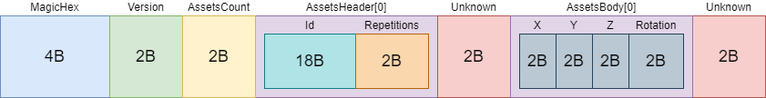
The draw.io diagram docs/images/version2size.png in johnfercher/taleslab, before a commit. Source tidied: cells renumbered, new cells last; positions are measured from the earlier drawing's top-left corner, leaving out a move shared by most shapes.
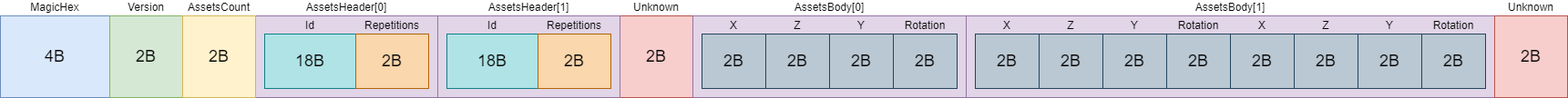
Later version of the same file.

Diff of the diagram source:
```diff
@@ -3,76 +3,142 @@
     <mxCell id="0" />
     <mxCell id="1" parent="0" />
     <mxCell id="2" value="MagicHex" style="rounded=0;whiteSpace=wrap;html=1;labelPosition=center;verticalLabelPosition=top;align=center;verticalAlign=bottom;fillColor=#dae8fc;strokeColor=#6c8ebf;" parent="1" vertex="1">
-      <mxGeometry width="120" height="90" as="geometry" />
+      <mxGeometry x="-240" y="30" width="120" height="90" as="geometry" />
     </mxCell>
     <mxCell id="3" value="Version" style="rounded=0;whiteSpace=wrap;html=1;labelPosition=center;verticalLabelPosition=top;align=center;verticalAlign=bottom;fillColor=#d5e8d4;strokeColor=#82b366;" parent="1" vertex="1">
-      <mxGeometry x="120" width="80" height="90" as="geometry" />
+      <mxGeometry x="-120" y="30" width="80" height="90" as="geometry" />
     </mxCell>
     <mxCell id="4" value="AssetsHeader[0]" style="rounded=0;whiteSpace=wrap;html=1;labelPosition=center;verticalLabelPosition=top;align=center;verticalAlign=bottom;fillColor=#e1d5e7;strokeColor=#9673a6;" parent="1" vertex="1">
-      <mxGeometry x="280" width="200" height="90" as="geometry" />
+      <mxGeometry x="40" y="30" width="200" height="90" as="geometry" />
     </mxCell>
     <mxCell id="5" value="AssetsCount" style="rounded=0;whiteSpace=wrap;html=1;labelPosition=center;verticalLabelPosition=top;align=center;verticalAlign=bottom;fillColor=#fff2cc;strokeColor=#d6b656;" parent="1" vertex="1">
-      <mxGeometry x="200" width="80" height="90" as="geometry" />
+      <mxGeometry x="-40" y="30" width="80" height="90" as="geometry" />
     </mxCell>
     <mxCell id="6" value="Id" style="rounded=0;whiteSpace=wrap;html=1;labelPosition=center;verticalLabelPosition=top;align=center;verticalAlign=bottom;fillColor=#b0e3e6;strokeColor=#0e8088;" parent="1" vertex="1">
-      <mxGeometry x="290" y="20" width="100" height="60" as="geometry" />
+      <mxGeometry x="50" y="50" width="100" height="60" as="geometry" />
     </mxCell>
     <mxCell id="7" value="Repetitions" style="rounded=0;whiteSpace=wrap;html=1;labelPosition=center;verticalLabelPosition=top;align=center;verticalAlign=bottom;fillColor=#fad7ac;strokeColor=#b46504;" parent="1" vertex="1">
-      <mxGeometry x="390" y="20" width="80" height="60" as="geometry" />
+      <mxGeometry x="150" y="50" width="80" height="60" as="geometry" />
     </mxCell>
     <mxCell id="8" value="Unknown" style="rounded=0;whiteSpace=wrap;html=1;labelPosition=center;verticalLabelPosition=top;align=center;verticalAlign=bottom;fillColor=#f8cecc;strokeColor=#b85450;" parent="1" vertex="1">
-      <mxGeometry x="480" width="80" height="90" as="geometry" />
+      <mxGeometry x="440" y="30" width="80" height="90" as="geometry" />
     </mxCell>
-    <mxCell id="9" value="Unknown" style="rounded=0;whiteSpace=wrap;html=1;labelPosition=center;verticalLabelPosition=top;align=center;verticalAlign=bottom;fillColor=#f8cecc;strokeColor=#b85450;" parent="1" vertex="1">
-      <mxGeometry x="760" width="80" height="90" as="geometry" />
+    <mxCell id="9" value="4B" style="text;html=1;strokeColor=none;fillColor=none;align=center;verticalAlign=middle;whiteSpace=wrap;rounded=0;fontStyle=0;fontSize=18;" parent="1" vertex="1">
+      <mxGeometry x="-240" y="30" width="120" height="90" as="geometry" />
     </mxCell>
-    <mxCell id="10" value="AssetsBody[0]" style="rounded=0;whiteSpace=wrap;html=1;labelPosition=center;verticalLabelPosition=top;align=center;verticalAlign=bottom;fillColor=#e1d5e7;strokeColor=#9673a6;" parent="1" vertex="1">
-      <mxGeometry x="560" width="200" height="90" as="geometry" />
+    <mxCell id="10" value="2B" style="text;html=1;strokeColor=none;fillColor=none;align=center;verticalAlign=middle;whiteSpace=wrap;rounded=0;fontStyle=0;fontSize=18;" parent="1" vertex="1">
+      <mxGeometry x="-120" y="30" width="80" height="90" as="geometry" />
     </mxCell>
-    <mxCell id="11" value="X" style="rounded=0;whiteSpace=wrap;html=1;labelPosition=center;verticalLabelPosition=top;align=center;verticalAlign=bottom;fillColor=#bac8d3;strokeColor=#23445d;" parent="1" vertex="1">
-      <mxGeometry x="570" y="20" width="40" height="60" as="geometry" />
+    <mxCell id="11" value="2B&lt;br&gt;" style="text;html=1;strokeColor=none;fillColor=none;align=center;verticalAlign=middle;whiteSpace=wrap;rounded=0;fontStyle=0;fontSize=18;" parent="1" vertex="1">
+      <mxGeometry x="-40" y="30" width="80" height="90" as="geometry" />
     </mxCell>
-    <mxCell id="12" value="Y" style="rounded=0;whiteSpace=wrap;html=1;labelPosition=center;verticalLabelPosition=top;align=center;verticalAlign=bottom;fillColor=#bac8d3;strokeColor=#23445d;" parent="1" vertex="1">
-      <mxGeometry x="610" y="20" width="40" height="60" as="geometry" />
+    <mxCell id="12" value="18B" style="text;html=1;strokeColor=none;fillColor=none;align=center;verticalAlign=middle;whiteSpace=wrap;rounded=0;fontStyle=0;fontSize=18;" parent="1" vertex="1">
+      <mxGeometry x="50" y="50" width="100" height="60" as="geometry" />
     </mxCell>
-    <mxCell id="13" value="Z" style="rounded=0;whiteSpace=wrap;html=1;labelPosition=center;verticalLabelPosition=top;align=center;verticalAlign=bottom;fillColor=#bac8d3;strokeColor=#23445d;" parent="1" vertex="1">
-      <mxGeometry x="650" y="20" width="40" height="60" as="geometry" />
+    <mxCell id="13" value="2B" style="text;html=1;strokeColor=none;fillColor=none;align=center;verticalAlign=middle;whiteSpace=wrap;rounded=0;fontStyle=0;fontSize=18;" parent="1" vertex="1">
+      <mxGeometry x="150" y="50" width="80" height="60" as="geometry" />
     </mxCell>
-    <mxCell id="14" value="Rotation" style="rounded=0;whiteSpace=wrap;html=1;labelPosition=center;verticalLabelPosition=top;align=center;verticalAlign=bottom;fillColor=#bac8d3;strokeColor=#23445d;" parent="1" vertex="1">
-      <mxGeometry x="690" y="20" width="60" height="60" as="geometry" />
+    <mxCell id="14" value="2B" style="text;html=1;strokeColor=none;fillColor=none;align=center;verticalAlign=middle;whiteSpace=wrap;rounded=0;fontStyle=0;fontSize=18;" parent="1" vertex="1">
+      <mxGeometry x="440" y="30" width="80" height="90" as="geometry" />
     </mxCell>
-    <mxCell id="15" value="4B" style="text;html=1;strokeColor=none;fillColor=none;align=center;verticalAlign=middle;whiteSpace=wrap;rounded=0;fontStyle=0;fontSize=18;" parent="1" vertex="1">
-      <mxGeometry width="120" height="90" as="geometry" />
+    <mxCell id="15" value="AssetsHeader[1]" style="rounded=0;whiteSpace=wrap;html=1;labelPosition=center;verticalLabelPosition=top;align=center;verticalAlign=bottom;fillColor=#e1d5e7;strokeColor=#9673a6;" parent="1" vertex="1">
+      <mxGeometry x="240" y="30" width="200" height="90" as="geometry" />
     </mxCell>
-    <mxCell id="16" value="2B" style="text;html=1;strokeColor=none;fillColor=none;align=center;verticalAlign=middle;whiteSpace=wrap;rounded=0;fontStyle=0;fontSize=18;" parent="1" vertex="1">
-      <mxGeometry x="120" width="80" height="90" as="geometry" />
+    <mxCell id="16" value="Id" style="rounded=0;whiteSpace=wrap;html=1;labelPosition=center;verticalLabelPosition=top;align=center;verticalAlign=bottom;fillColor=#b0e3e6;strokeColor=#0e8088;" parent="1" vertex="1">
+      <mxGeometry x="250" y="50" width="100" height="60" as="geometry" />
     </mxCell>
-    <mxCell id="17" value="2B&lt;br&gt;" style="text;html=1;strokeColor=none;fillColor=none;align=center;verticalAlign=middle;whiteSpace=wrap;rounded=0;fontStyle=0;fontSize=18;" parent="1" vertex="1">
-      <mxGeometry x="200" width="80" height="90" as="geometry" />
+    <mxCell id="17" value="Repetitions" style="rounded=0;whiteSpace=wrap;html=1;labelPosition=center;verticalLabelPosition=top;align=center;verticalAlign=bottom;fillColor=#fad7ac;strokeColor=#b46504;" parent="1" vertex="1">
+      <mxGeometry x="350" y="50" width="80" height="60" as="geometry" />
     </mxCell>
     <mxCell id="18" value="18B" style="text;html=1;strokeColor=none;fillColor=none;align=center;verticalAlign=middle;whiteSpace=wrap;rounded=0;fontStyle=0;fontSize=18;" parent="1" vertex="1">
-      <mxGeometry x="290" y="20" width="100" height="60" as="geometry" />
+      <mxGeometry x="250" y="50" width="100" height="60" as="geometry" />
     </mxCell>
     <mxCell id="19" value="2B" style="text;html=1;strokeColor=none;fillColor=none;align=center;verticalAlign=middle;whiteSpace=wrap;rounded=0;fontStyle=0;fontSize=18;" parent="1" vertex="1">
-      <mxGeometry x="390" y="20" width="80" height="60" as="geometry" />
+      <mxGeometry x="350" y="50" width="80" height="60" as="geometry" />
     </mxCell>
-    <mxCell id="20" value="2B" style="text;html=1;strokeColor=none;fillColor=none;align=center;verticalAlign=middle;whiteSpace=wrap;rounded=0;fontStyle=0;fontSize=18;" parent="1" vertex="1">
-      <mxGeometry x="690" y="20" width="60" height="60" as="geometry" />
+    <mxCell id="20" value="AssetsBody[0]" style="rounded=0;whiteSpace=wrap;html=1;labelPosition=center;verticalLabelPosition=top;align=center;verticalAlign=bottom;fillColor=#e1d5e7;strokeColor=#9673a6;" parent="1" vertex="1">
+      <mxGeometry x="520" y="30" width="300" height="90" as="geometry" />
     </mxCell>
-    <mxCell id="21" value="2B" style="text;html=1;strokeColor=none;fillColor=none;align=center;verticalAlign=middle;whiteSpace=wrap;rounded=0;fontStyle=0;fontSize=18;" parent="1" vertex="1">
-      <mxGeometry x="570" y="20" width="40" height="60" as="geometry" />
+    <mxCell id="21" value="X" style="rounded=0;whiteSpace=wrap;html=1;labelPosition=center;verticalLabelPosition=top;align=center;verticalAlign=bottom;fillColor=#bac8d3;strokeColor=#23445d;" parent="1" vertex="1">
+      <mxGeometry x="530" y="50" width="70" height="60" as="geometry" />
     </mxCell>
-    <mxCell id="22" value="2B" style="text;html=1;strokeColor=none;fillColor=none;align=center;verticalAlign=middle;whiteSpace=wrap;rounded=0;fontStyle=0;fontSize=18;" parent="1" vertex="1">
-      <mxGeometry x="610" y="20" width="40" height="60" as="geometry" />
+    <mxCell id="22" value="Y" style="rounded=0;whiteSpace=wrap;html=1;labelPosition=center;verticalLabelPosition=top;align=center;verticalAlign=bottom;fillColor=#bac8d3;strokeColor=#23445d;" parent="1" vertex="1">
+      <mxGeometry x="670" y="50" width="70" height="60" as="geometry" />
     </mxCell>
-    <mxCell id="23" value="2B" style="text;html=1;strokeColor=none;fillColor=none;align=center;verticalAlign=middle;whiteSpace=wrap;rounded=0;fontStyle=0;fontSize=18;" parent="1" vertex="1">
-      <mxGeometry x="650" y="20" width="40" height="60" as="geometry" />
+    <mxCell id="23" value="Z" style="rounded=0;whiteSpace=wrap;html=1;labelPosition=center;verticalLabelPosition=top;align=center;verticalAlign=bottom;fillColor=#bac8d3;strokeColor=#23445d;" parent="1" vertex="1">
+      <mxGeometry x="600" y="50" width="70" height="60" as="geometry" />
     </mxCell>
     <mxCell id="24" value="2B" style="text;html=1;strokeColor=none;fillColor=none;align=center;verticalAlign=middle;whiteSpace=wrap;rounded=0;fontStyle=0;fontSize=18;" parent="1" vertex="1">
-      <mxGeometry x="480" width="80" height="90" as="geometry" />
+      <mxGeometry x="600" y="50" width="70" height="60" as="geometry" />
     </mxCell>
     <mxCell id="25" value="2B" style="text;html=1;strokeColor=none;fillColor=none;align=center;verticalAlign=middle;whiteSpace=wrap;rounded=0;fontStyle=0;fontSize=18;" parent="1" vertex="1">
-      <mxGeometry x="760" width="80" height="90" as="geometry" />
+      <mxGeometry x="530" y="50" width="70" height="60" as="geometry" />
     </mxCell>
+    <mxCell id="26" value="2B" style="text;html=1;strokeColor=none;fillColor=none;align=center;verticalAlign=middle;whiteSpace=wrap;rounded=0;fontStyle=0;fontSize=18;" parent="1" vertex="1">
+      <mxGeometry x="670" y="50" width="70" height="60" as="geometry" />
+    </mxCell>
+    <mxCell id="27" value="Rotation" style="rounded=0;whiteSpace=wrap;html=1;labelPosition=center;verticalLabelPosition=top;align=center;verticalAlign=bottom;fillColor=#bac8d3;strokeColor=#23445d;" parent="1" vertex="1">
+      <mxGeometry x="740" y="50" width="70" height="60" as="geometry" />
+    </mxCell>
+    <mxCell id="28" value="2B" style="text;html=1;strokeColor=none;fillColor=none;align=center;verticalAlign=middle;whiteSpace=wrap;rounded=0;fontStyle=0;fontSize=18;" parent="1" vertex="1">
+      <mxGeometry x="740" y="50" width="70" height="60" as="geometry" />
+    </mxCell>
+    <mxCell id="29" value="AssetsBody[1]" style="rounded=0;whiteSpace=wrap;html=1;labelPosition=center;verticalLabelPosition=top;align=center;verticalAlign=bottom;fillColor=#e1d5e7;strokeColor=#9673a6;" parent="1" vertex="1">
+      <mxGeometry x="820" y="30" width="580" height="90" as="geometry" />
+    </mxCell>
+    <mxCell id="30" value="X" style="rounded=0;whiteSpace=wrap;html=1;labelPosition=center;verticalLabelPosition=top;align=center;verticalAlign=bottom;fillColor=#bac8d3;strokeColor=#23445d;" parent="1" vertex="1">
+      <mxGeometry x="830" y="50" width="70" height="60" as="geometry" />
+    </mxCell>
+    <mxCell id="31" value="Y" style="rounded=0;whiteSpace=wrap;html=1;labelPosition=center;verticalLabelPosition=top;align=center;verticalAlign=bottom;fillColor=#bac8d3;strokeColor=#23445d;" parent="1" vertex="1">
+      <mxGeometry x="970" y="50" width="70" height="60" as="geometry" />
+    </mxCell>
+    <mxCell id="32" value="Z" style="rounded=0;whiteSpace=wrap;html=1;labelPosition=center;verticalLabelPosition=top;align=center;verticalAlign=bottom;fillColor=#bac8d3;strokeColor=#23445d;" parent="1" vertex="1">
+      <mxGeometry x="900" y="50" width="70" height="60" as="geometry" />
+    </mxCell>
+    <mxCell id="33" value="2B" style="text;html=1;strokeColor=none;fillColor=none;align=center;verticalAlign=middle;whiteSpace=wrap;rounded=0;fontStyle=0;fontSize=18;" parent="1" vertex="1">
+      <mxGeometry x="900" y="50" width="70" height="60" as="geometry" />
+    </mxCell>
+    <mxCell id="34" value="2B" style="text;html=1;strokeColor=none;fillColor=none;align=center;verticalAlign=middle;whiteSpace=wrap;rounded=0;fontStyle=0;fontSize=18;" parent="1" vertex="1">
+      <mxGeometry x="830" y="50" width="70" height="60" as="geometry" />
+    </mxCell>
+    <mxCell id="35" value="2B" style="text;html=1;strokeColor=none;fillColor=none;align=center;verticalAlign=middle;whiteSpace=wrap;rounded=0;fontStyle=0;fontSize=18;" parent="1" vertex="1">
+      <mxGeometry x="970" y="50" width="70" height="60" as="geometry" />
+    </mxCell>
+    <mxCell id="36" value="Rotation" style="rounded=0;whiteSpace=wrap;html=1;labelPosition=center;verticalLabelPosition=top;align=center;verticalAlign=bottom;fillColor=#bac8d3;strokeColor=#23445d;" parent="1" vertex="1">
+      <mxGeometry x="1040" y="50" width="70" height="60" as="geometry" />
+    </mxCell>
+    <mxCell id="37" value="2B" style="text;html=1;strokeColor=none;fillColor=none;align=center;verticalAlign=middle;whiteSpace=wrap;rounded=0;fontStyle=0;fontSize=18;" parent="1" vertex="1">
+      <mxGeometry x="1040" y="50" width="70" height="60" as="geometry" />
+    </mxCell>
+    <mxCell id="38" value="X" style="rounded=0;whiteSpace=wrap;html=1;labelPosition=center;verticalLabelPosition=top;align=center;verticalAlign=bottom;fillColor=#bac8d3;strokeColor=#23445d;" parent="1" vertex="1">
+      <mxGeometry x="1110" y="50" width="70" height="60" as="geometry" />
+    </mxCell>
+    <mxCell id="39" value="Y" style="rounded=0;whiteSpace=wrap;html=1;labelPosition=center;verticalLabelPosition=top;align=center;verticalAlign=bottom;fillColor=#bac8d3;strokeColor=#23445d;" parent="1" vertex="1">
+      <mxGeometry x="1250" y="50" width="70" height="60" as="geometry" />
+    </mxCell>
+    <mxCell id="40" value="Z" style="rounded=0;whiteSpace=wrap;html=1;labelPosition=center;verticalLabelPosition=top;align=center;verticalAlign=bottom;fillColor=#bac8d3;strokeColor=#23445d;" parent="1" vertex="1">
+      <mxGeometry x="1180" y="50" width="70" height="60" as="geometry" />
+    </mxCell>
+    <mxCell id="41" value="2B" style="text;html=1;strokeColor=none;fillColor=none;align=center;verticalAlign=middle;whiteSpace=wrap;rounded=0;fontStyle=0;fontSize=18;" parent="1" vertex="1">
+      <mxGeometry x="1180" y="50" width="70" height="60" as="geometry" />
+    </mxCell>
+    <mxCell id="42" value="2B" style="text;html=1;strokeColor=none;fillColor=none;align=center;verticalAlign=middle;whiteSpace=wrap;rounded=0;fontStyle=0;fontSize=18;" parent="1" vertex="1">
+      <mxGeometry x="1110" y="50" width="70" height="60" as="geometry" />
+    </mxCell>
+    <mxCell id="43" value="2B" style="text;html=1;strokeColor=none;fillColor=none;align=center;verticalAlign=middle;whiteSpace=wrap;rounded=0;fontStyle=0;fontSize=18;" parent="1" vertex="1">
+      <mxGeometry x="1250" y="50" width="70" height="60" as="geometry" />
+    </mxCell>
+    <mxCell id="44" value="Rotation" style="rounded=0;whiteSpace=wrap;html=1;labelPosition=center;verticalLabelPosition=top;align=center;verticalAlign=bottom;fillColor=#bac8d3;strokeColor=#23445d;" parent="1" vertex="1">
+      <mxGeometry x="1320" y="50" width="70" height="60" as="geometry" />
+    </mxCell>
+    <mxCell id="45" value="2B" style="text;html=1;strokeColor=none;fillColor=none;align=center;verticalAlign=middle;whiteSpace=wrap;rounded=0;fontStyle=0;fontSize=18;" parent="1" vertex="1">
+      <mxGeometry x="1320" y="50" width="70" height="60" as="geometry" />
+    </mxCell>
+    <mxCell id="46" value="Unknown" style="rounded=0;whiteSpace=wrap;html=1;labelPosition=center;verticalLabelPosition=top;align=center;verticalAlign=bottom;fillColor=#f8cecc;strokeColor=#b85450;" parent="1" vertex="1">
+      <mxGeometry x="1400" y="30" width="80" height="90" as="geometry" />
+    </mxCell>
+    <mxCell id="47" value="2B" style="text;html=1;strokeColor=none;fillColor=none;align=center;verticalAlign=middle;whiteSpace=wrap;rounded=0;fontStyle=0;fontSize=18;" parent="1" vertex="1">
+      <mxGeometry x="1400" y="30" width="80" height="90" as="geometry" />
+    </mxCell>
   </root>
 </mxGraphModel>
```
